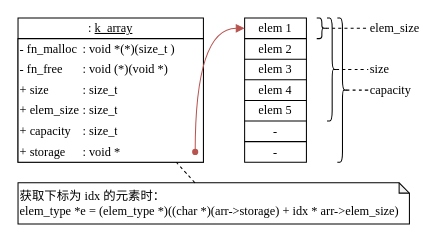
Above: page "k_array" (1 of 10) of docs/drawio/k_game.drawio in szdxdxdx/k_game (draw.io), before the change. Source tidied: cells renumbered, new cells numbered last; positions are measured from the earlier drawing's top-left corner, leaving out a move shared by most shapes. Both pictures are drawn from the tidied source at 103%, with x=0, y=0 at pixel (18, 18).
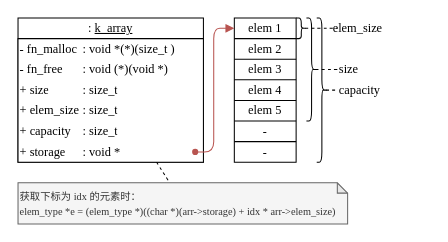
After the change.

The change refers to these unchanged cells:
```xml
<mxCell id="20" style="shape=tableRow;horizontal=0;startSize=0;swimlaneHead=0;swimlaneBody=0;top=0;left=0;bottom=0;right=0;fillColor=none;fontSize=16;strokeColor=inherit;" parent="3" vertex="1">
  <mxGeometry y="80" width="180" height="20" as="geometry" />
</mxCell>
<mxCell id="28" style="shape=waypoint;sketch=0;fillStyle=solid;size=6;points=[];fillColor=#f8cecc;perimeter=centerPerimeter;snapToPoint=1;strokeColor=#b85450;" parent="27" vertex="1">
  <mxGeometry width="20" height="20" as="geometry" />
</mxCell>
<mxCell id="30" style="shape=tableRow;horizontal=0;startSize=0;swimlaneHead=0;swimlaneBody=0;strokeColor=inherit;top=0;left=0;bottom=0;right=0;fillColor=none;points=[[0,0.5],[1,0.5]];portConstraint=eastwest;fontSize=12;fontFamily=Times New Roman;" parent="29" vertex="1">
  <mxGeometry width="60" height="20" as="geometry" />
</mxCell>
```

What changed in the source:
```diff
@@
-    <mxCell id="22" value=": size_t" style="shape=partialRectangle;html=1;whiteSpace=wrap;fillColor=none;top=0;left=0;bottom=0;right=0;overflow=hidden;fontSize=12;strokeColor=inherit;align=left;fontFamily=Times New Roman;" parent="20" vertex="1">
+    <mxCell id="22" value="&lt;font style=&quot;font-size: 12px;&quot;&gt;: size_t&lt;/font&gt;" style="shape=partialRectangle;html=1;whiteSpace=wrap;fillColor=none;top=0;left=0;bottom=0;right=0;overflow=hidden;fontSize=12;strokeColor=inherit;align=left;fontFamily=Times New Roman;" parent="20" vertex="1">
       <mxGeometry x="61" width="101" height="20" as="geometry" />
     </mxCell>
@@
     <mxCell id="29" style="shape=table;startSize=0;childLayout=tableLayout;fontSize=12;fontFamily=Times New Roman;" parent="1" vertex="1">
-      <mxGeometry x="220" width="60" height="140" as="geometry" />
+      <mxGeometry x="210" width="60" height="140" as="geometry" />
     </mxCell>
@@
-    <mxCell id="44" style="endArrow=block;html=1;rounded=0;edgeStyle=orthogonalEdgeStyle;curved=1;entryX=0;entryY=0.5;entryDx=0;entryDy=0;endFill=1;fillColor=#f8cecc;strokeColor=#b85450;" parent="1" edge="1" source="28" target="30">
+    <mxCell id="44" style="endArrow=block;html=1;rounded=1;edgeStyle=orthogonalEdgeStyle;entryX=0;entryY=0.5;entryDx=0;entryDy=0;endFill=1;fillColor=#f8cecc;strokeColor=#b85450;" parent="1" edge="1" source="28" target="30">
       <mxGeometry relative="1" as="geometry">
         <Array as="points">
-          <mxPoint x="172" y="10" />
+          <mxPoint x="190" y="130" />
+          <mxPoint x="190" y="10" />
         </Array>
       </mxGeometry>
     </mxCell>
     <mxCell id="45" style="shape=curlyBracket;whiteSpace=wrap;html=1;rounded=1;flipH=1;labelPosition=right;verticalLabelPosition=middle;align=left;verticalAlign=middle;" parent="1" vertex="1">
-      <mxGeometry x="310" width="10" height="140" as="geometry" />
+      <mxGeometry x="290" width="10" height="140" as="geometry" />
     </mxCell>
     <mxCell id="46" style="shape=curlyBracket;whiteSpace=wrap;html=1;rounded=1;flipH=1;labelPosition=right;verticalLabelPosition=middle;align=left;verticalAlign=middle;" parent="1" vertex="1">
-      <mxGeometry x="300" width="10" height="100" as="geometry" />
+      <mxGeometry x="280" width="10" height="100" as="geometry" />
     </mxCell>
     <mxCell id="47" style="shape=curlyBracket;whiteSpace=wrap;html=1;rounded=1;flipH=1;labelPosition=right;verticalLabelPosition=middle;align=left;verticalAlign=middle;size=0.5;" parent="1" vertex="1">
-      <mxGeometry x="290" width="10" height="20" as="geometry" />
+      <mxGeometry x="270" width="10" height="20" as="geometry" />
     </mxCell>
     <mxCell id="48" value="elem_size" style="text;html=1;strokeColor=none;fillColor=none;align=left;verticalAlign=middle;whiteSpace=wrap;rounded=0;fontFamily=Times New Roman;" parent="1" vertex="1">
-      <mxGeometry x="340" width="60" height="20" as="geometry" />
+      <mxGeometry x="304" width="56" height="20" as="geometry" />
     </mxCell>
     <mxCell id="49" value="size" style="text;html=1;strokeColor=none;fillColor=none;align=left;verticalAlign=middle;whiteSpace=wrap;rounded=0;fontFamily=Times New Roman;" parent="1" vertex="1">
-      <mxGeometry x="340" y="40" width="60" height="20" as="geometry" />
+      <mxGeometry x="310" y="40" width="40" height="20" as="geometry" />
     </mxCell>
     <mxCell id="50" value="capacity" style="text;html=1;strokeColor=none;fillColor=none;align=left;verticalAlign=middle;whiteSpace=wrap;rounded=0;fontFamily=Times New Roman;" parent="1" vertex="1">
-      <mxGeometry x="340" y="60" width="60" height="20" as="geometry" />
+      <mxGeometry x="310" y="60" width="50" height="20" as="geometry" />
     </mxCell>
-    <mxCell id="51" style="endArrow=none;dashed=1;html=1;rounded=0;curved=1;exitX=0.1;exitY=0.5;exitDx=0;exitDy=0;exitPerimeter=0;entryX=0;entryY=0.5;entryDx=0;entryDy=0;" parent="1" edge="1" source="47" target="48">
-      <mxGeometry relative="1" as="geometry" />
+    <mxCell id="51" style="endArrow=none;dashed=1;html=1;rounded=0;curved=1;exitX=0.1;exitY=0.5;exitDx=0;exitDy=0;exitPerimeter=0;" parent="1" edge="1" source="47">
+      <mxGeometry relative="1" as="geometry">
+        <mxPoint x="310" y="10" as="targetPoint" />
+      </mxGeometry>
     </mxCell>
@@
-    <mxCell id="54" value="&lt;font style=&quot;border-color: var(--border-color);&quot;&gt;获取下标为&amp;nbsp;&lt;/font&gt;&lt;font style=&quot;border-color: var(--border-color);&quot;&gt;idx&lt;/font&gt;&lt;font style=&quot;border-color: var(--border-color);&quot;&gt;&amp;nbsp;的元素时：&lt;/font&gt;&lt;br style=&quot;border-color: var(--border-color);&quot;&gt;&lt;div style=&quot;&quot;&gt;&lt;span style=&quot;background-color: initial;&quot;&gt;elem_type *e = (elem_type *)((char *)(arr-&amp;gt;storage) + idx * arr-&amp;gt;elem_size)&lt;/span&gt;&lt;/div&gt;" style="shape=note;whiteSpace=wrap;html=1;backgroundOutline=1;darkOpacity=0.05;size=10;fontFamily=Times New Roman;align=left;" parent="1" vertex="1">
-      <mxGeometry y="160" width="380" height="40" as="geometry" />
+    <mxCell id="54" value="&lt;font style=&quot;font-size: 10px;&quot;&gt;&lt;font style=&quot;border-color: var(--border-color); font-size: 10px;&quot;&gt;获取下标为&amp;nbsp;&lt;/font&gt;&lt;font style=&quot;border-color: var(--border-color); font-size: 10px;&quot;&gt;idx&lt;/font&gt;&lt;font style=&quot;border-color: var(--border-color); font-size: 10px;&quot;&gt;&amp;nbsp;的元素时：&lt;br&gt;&lt;span style=&quot;background-color: initial;&quot;&gt;elem_type *e = (elem_type *)((char *)(arr-&amp;gt;storage) + idx * arr-&amp;gt;elem_size)&lt;/span&gt;&lt;br&gt;&lt;/font&gt;&lt;/font&gt;" style="shape=note;whiteSpace=wrap;html=1;backgroundOutline=1;darkOpacity=0.05;size=10;fontFamily=Times New Roman;align=left;fillColor=#f5f5f5;fontColor=#333333;strokeColor=#666666;" parent="1" vertex="1">
+      <mxGeometry y="160" width="320" height="40" as="geometry" />
     </mxCell>
```
